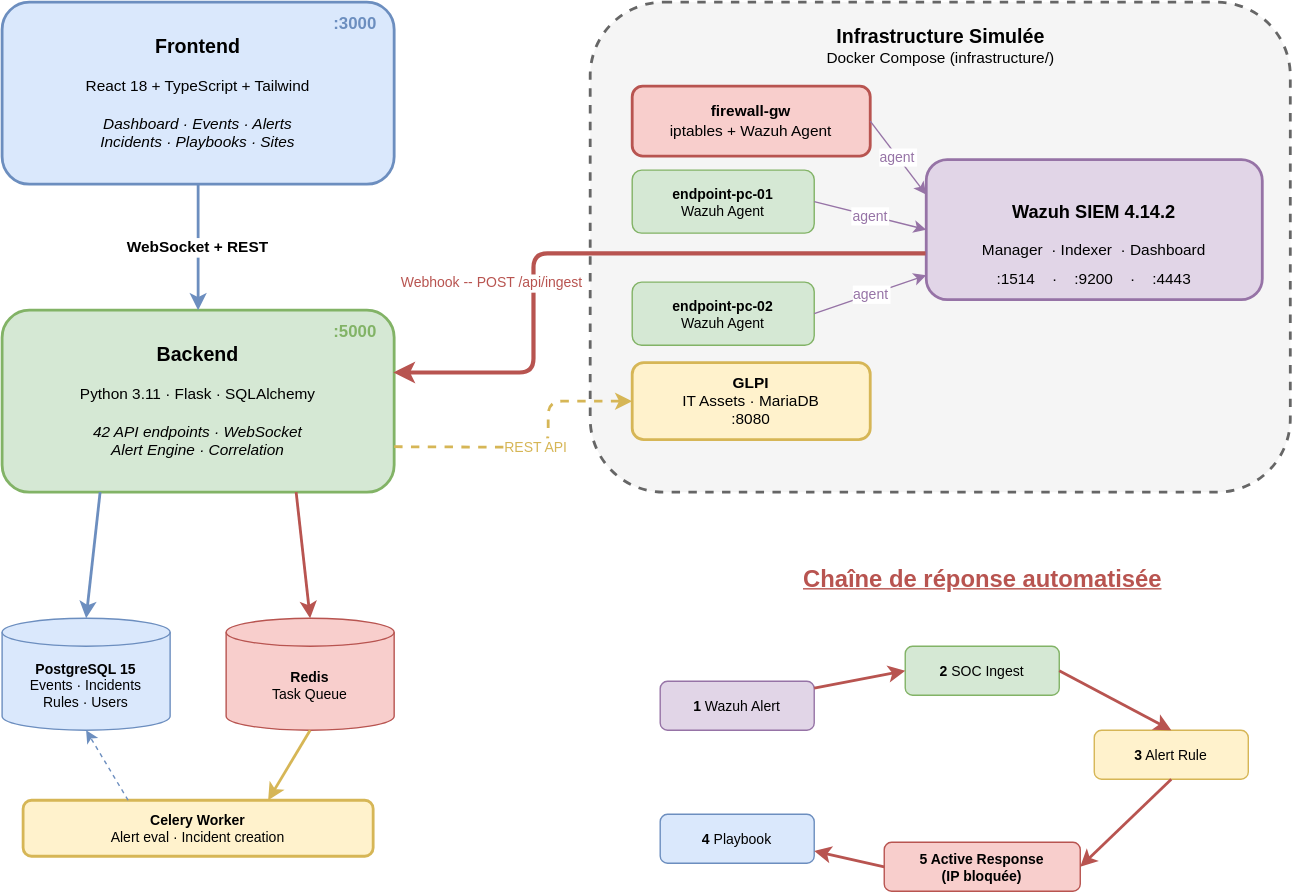
Before: docs/architecture.svg, a diagram exported from draw.io (arzak333/SOC-Project-SDV). Source tidied: cells renumbered, new cells last; positions are measured from the earlier drawing's top-left corner, leaving out a move shared by most shapes.
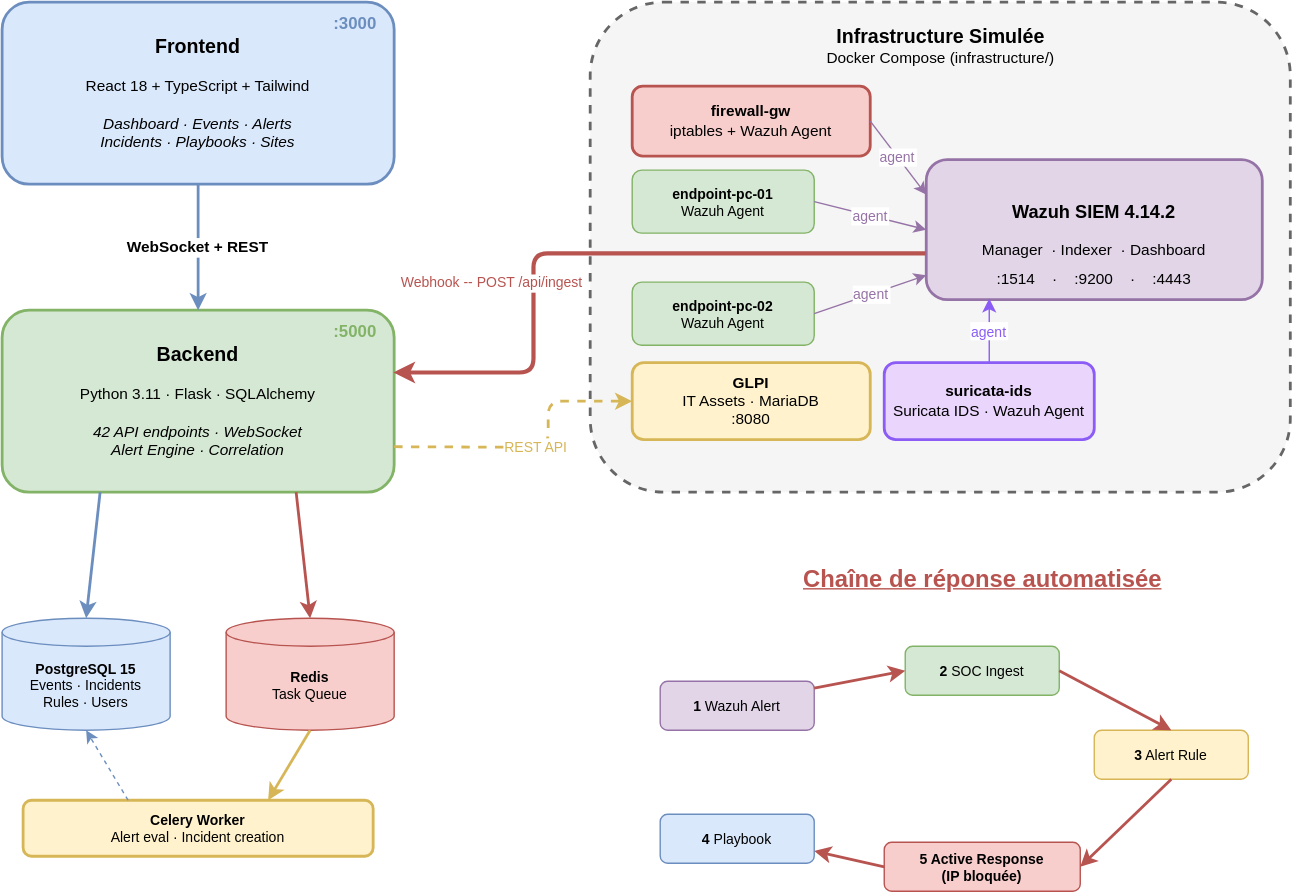
Above is the later version.

Commit message:
docs: update v1.7 documentation and add Suricata IDS to architecture diagram

Diff of the diagram source:
```diff
@@ -120,5 +120,11 @@
     <mxCell id="36" value="&lt;span style=&quot;font-size: 11px;&quot;&gt;:1514&amp;nbsp; &amp;nbsp; ·&amp;nbsp; &amp;nbsp; :9200&amp;nbsp; &amp;nbsp; ·&amp;nbsp; &amp;nbsp; :4443&lt;/span&gt;" style="text;html=1;whiteSpace=wrap;strokeColor=none;fillColor=none;align=center;verticalAlign=middle;rounded=0;" parent="1" vertex="1">
       <mxGeometry x="700" y="182.5" width="160" height="30" as="geometry" />
     </mxCell>
+    <mxCell id="37" value="&lt;b&gt;suricata-ids&lt;/b&gt;&lt;br&gt;Suricata IDS · Wazuh Agent" style="rounded=1;whiteSpace=wrap;html=1;fillColor=#ead5fc;strokeColor=#8b5cf6;strokeWidth=2;fontSize=11;" parent="1" vertex="1">
+      <mxGeometry x="630" y="257.5" width="150" height="55" as="geometry" />
+    </mxCell>
+    <mxCell id="38" value="agent" style="strokeWidth=1;strokeColor=#8b5cf6;fontSize=10;fontColor=#8b5cf6;" parent="1" edge="1" source="37" target="19">
+      <mxGeometry relative="1" as="geometry" />
+    </mxCell>
   </root>
 </mxGraphModel>
```
